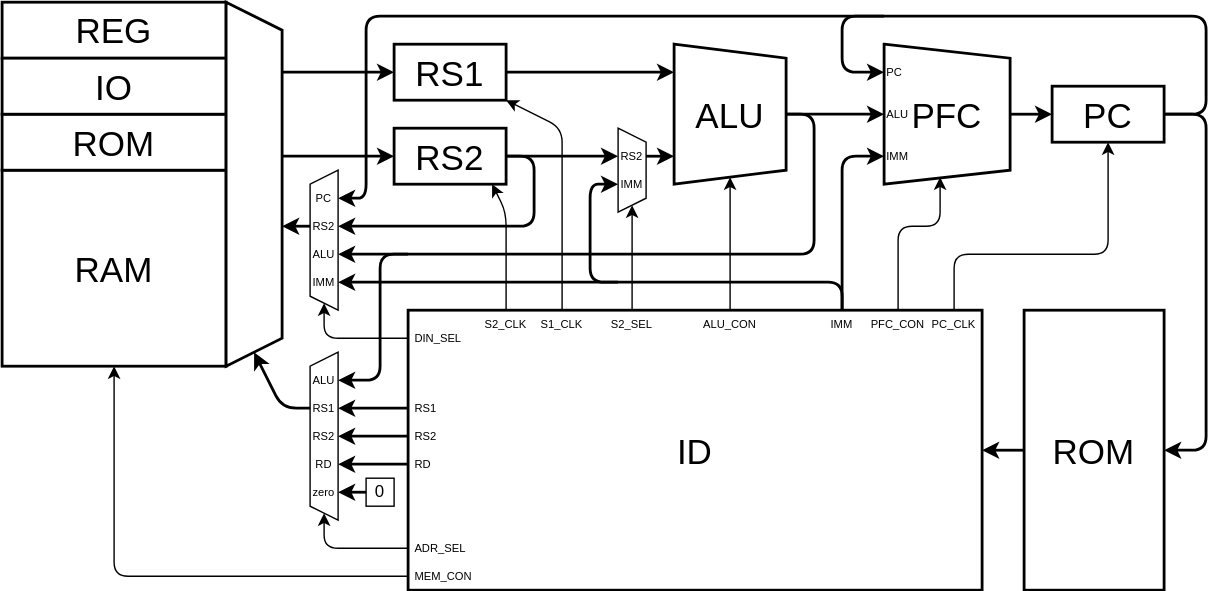
Before: Lab/Computer/Micon/01_CPU/img/arch.dio.svg, a diagram exported from draw.io (amane-uehara/kanade-k-1228.github.io). Source tidied: cells renumbered, new cells last; positions are measured from the earlier drawing's top-left corner, leaving out a move shared by most shapes.
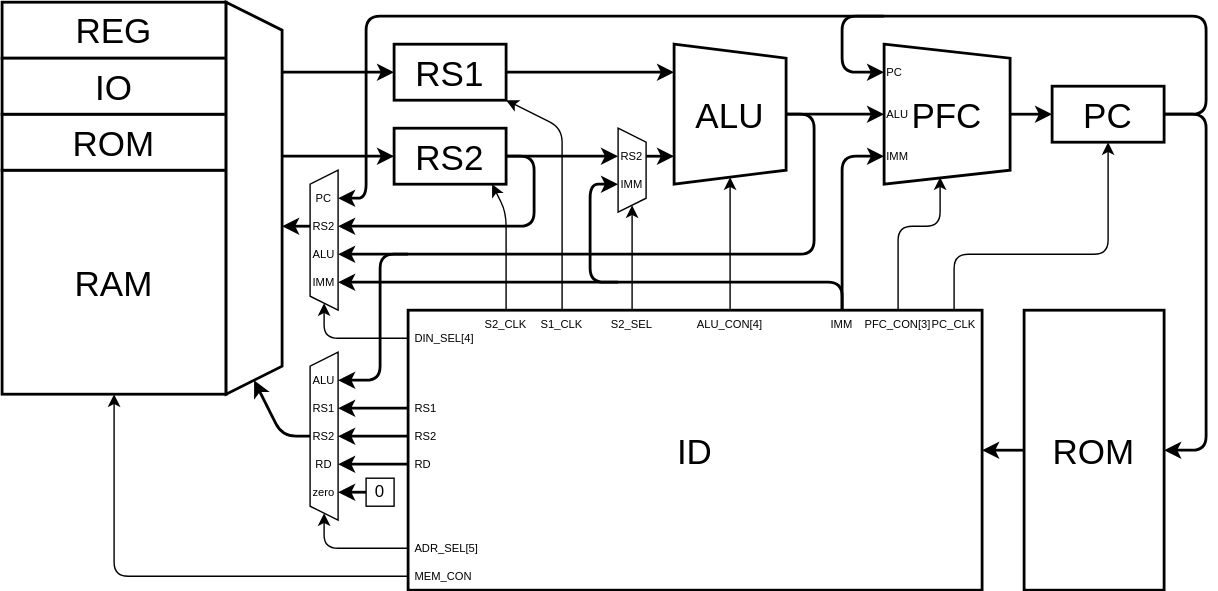
Above is the later version.

What changed in the source:
```diff
@@ -12,7 +12,7 @@
       <mxGeometry x="730" y="220" width="100" height="200" as="geometry" />
     </mxCell>
     <mxCell id="5" value="RAM" style="rounded=0;whiteSpace=wrap;html=1;fontSize=25;strokeWidth=2;" parent="1" vertex="1">
-      <mxGeometry y="120" width="160" height="140" as="geometry" />
+      <mxGeometry y="120" width="160" height="160" as="geometry" />
     </mxCell>
     <mxCell id="6" value="ID" style="rounded=0;whiteSpace=wrap;html=1;fontSize=25;strokeWidth=2;" parent="1" vertex="1">
       <mxGeometry x="290" y="220" width="410" height="200" as="geometry" />
@@ -40,10 +40,10 @@
     </mxCell>
     <mxCell id="12" style="endArrow=classic;html=1;fontSize=25;strokeWidth=2;" parent="1" edge="1">
       <mxGeometry relative="1" as="geometry">
-        <mxPoint x="220" y="290" as="sourcePoint" />
-        <mxPoint x="180" y="250" as="targetPoint" />
+        <mxPoint x="220" y="310" as="sourcePoint" />
+        <mxPoint x="180" y="270" as="targetPoint" />
         <Array as="points">
-          <mxPoint x="200" y="290" />
+          <mxPoint x="200" y="310" />
         </Array>
       </mxGeometry>
     </mxCell>
@@ -195,7 +195,7 @@
       <mxGeometry y="40" width="160" height="40" as="geometry" />
     </mxCell>
     <mxCell id="37" style="shape=trapezoid;perimeter=trapezoidPerimeter;whiteSpace=wrap;html=1;fixedSize=1;fontSize=12;direction=south;strokeWidth=2;size=20.000000000000014;" parent="1" vertex="1">
-      <mxGeometry x="160" width="40" height="260" as="geometry" />
+      <mxGeometry x="160" width="40" height="280" as="geometry" />
     </mxCell>
     <mxCell id="38" value="RS2" style="text;html=1;strokeColor=none;fillColor=none;align=center;verticalAlign=middle;whiteSpace=wrap;rounded=0;rotation=0;fontSize=8;" parent="1" vertex="1">
       <mxGeometry x="440" y="100" width="20" height="20" as="geometry" />
@@ -239,10 +239,10 @@
         <mxPoint x="520" y="125" as="targetPoint" />
       </mxGeometry>
     </mxCell>
-    <mxCell id="46" value="ALU_CON" style="text;html=1;strokeColor=none;fillColor=none;align=center;verticalAlign=middle;whiteSpace=wrap;rounded=0;rotation=0;fontSize=8;" parent="1" vertex="1">
-      <mxGeometry x="500" y="220" width="40" height="20" as="geometry" />
+    <mxCell id="46" value="ALU_CON[4]" style="text;html=1;strokeColor=none;fillColor=none;align=center;verticalAlign=middle;whiteSpace=wrap;rounded=0;rotation=0;fontSize=8;" parent="1" vertex="1">
+      <mxGeometry x="490" y="220" width="60" height="20" as="geometry" />
     </mxCell>
-    <mxCell id="47" value="PFC_CON" style="text;html=1;strokeColor=none;fillColor=none;align=center;verticalAlign=middle;whiteSpace=wrap;rounded=0;rotation=0;fontSize=8;" parent="1" vertex="1">
+    <mxCell id="47" value="PFC_CON[3]" style="text;html=1;strokeColor=none;fillColor=none;align=center;verticalAlign=middle;whiteSpace=wrap;rounded=0;rotation=0;fontSize=8;" parent="1" vertex="1">
       <mxGeometry x="620" y="220" width="40" height="20" as="geometry" />
     </mxCell>
     <mxCell id="48" style="endArrow=classic;html=1;fontSize=25;startArrow=none;startFill=0;" parent="1" edge="1">
@@ -282,20 +282,20 @@
     <mxCell id="54" value="RS1" style="text;html=1;strokeColor=none;fillColor=none;align=left;verticalAlign=middle;whiteSpace=wrap;rounded=0;rotation=0;fontSize=8;" parent="1" vertex="1">
       <mxGeometry x="293" y="280" width="20" height="20" as="geometry" />
     </mxCell>
-    <mxCell id="55" value="ADR_SEL" style="text;html=1;strokeColor=none;fillColor=none;align=left;verticalAlign=middle;whiteSpace=wrap;rounded=0;rotation=0;fontSize=8;" parent="1" vertex="1">
-      <mxGeometry x="293" y="380" width="20" height="20" as="geometry" />
+    <mxCell id="55" value="ADR_SEL[5]" style="text;html=1;strokeColor=none;fillColor=none;align=left;verticalAlign=middle;whiteSpace=wrap;rounded=0;rotation=0;fontSize=8;" parent="1" vertex="1">
+      <mxGeometry x="293" y="380" width="47" height="20" as="geometry" />
     </mxCell>
     <mxCell id="56" style="endArrow=classic;html=1;fontSize=25;startArrow=none;startFill=0;" parent="1" edge="1">
       <mxGeometry relative="1" as="geometry">
         <mxPoint x="290" y="410" as="sourcePoint" />
-        <mxPoint x="80" y="260" as="targetPoint" />
+        <mxPoint x="80" y="280" as="targetPoint" />
         <Array as="points">
           <mxPoint x="80" y="410" />
         </Array>
       </mxGeometry>
     </mxCell>
     <mxCell id="57" value="MEM_CON" style="text;html=1;strokeColor=none;fillColor=none;align=left;verticalAlign=middle;whiteSpace=wrap;rounded=0;rotation=0;fontSize=8;" parent="1" vertex="1">
-      <mxGeometry x="293" y="400" width="20" height="20" as="geometry" />
+      <mxGeometry x="293" y="400" width="47" height="20" as="geometry" />
     </mxCell>
     <mxCell id="58" style="shape=trapezoid;perimeter=trapezoidPerimeter;whiteSpace=wrap;html=1;fixedSize=1;fontSize=25;direction=north;size=9.999999999999943;" parent="1" vertex="1">
       <mxGeometry x="220" y="120" width="20" height="100" as="geometry" />
@@ -325,8 +325,8 @@
         </Array>
       </mxGeometry>
     </mxCell>
-    <mxCell id="62" value="DIN_SEL" style="text;html=1;strokeColor=none;fillColor=none;align=left;verticalAlign=middle;whiteSpace=wrap;rounded=0;rotation=0;fontSize=8;" parent="1" vertex="1">
-      <mxGeometry x="293" y="230" width="20" height="20" as="geometry" />
+    <mxCell id="62" value="DIN_SEL[4]" style="text;html=1;strokeColor=none;fillColor=none;align=left;verticalAlign=middle;whiteSpace=wrap;rounded=0;rotation=0;fontSize=8;" parent="1" vertex="1">
+      <mxGeometry x="293" y="230" width="47" height="20" as="geometry" />
     </mxCell>
     <mxCell id="63" value="RS2" style="text;html=1;strokeColor=none;fillColor=none;align=center;verticalAlign=middle;whiteSpace=wrap;rounded=0;rotation=0;fontSize=8;" parent="1" vertex="1">
       <mxGeometry x="220" y="150" width="20" height="20" as="geometry" />
```
